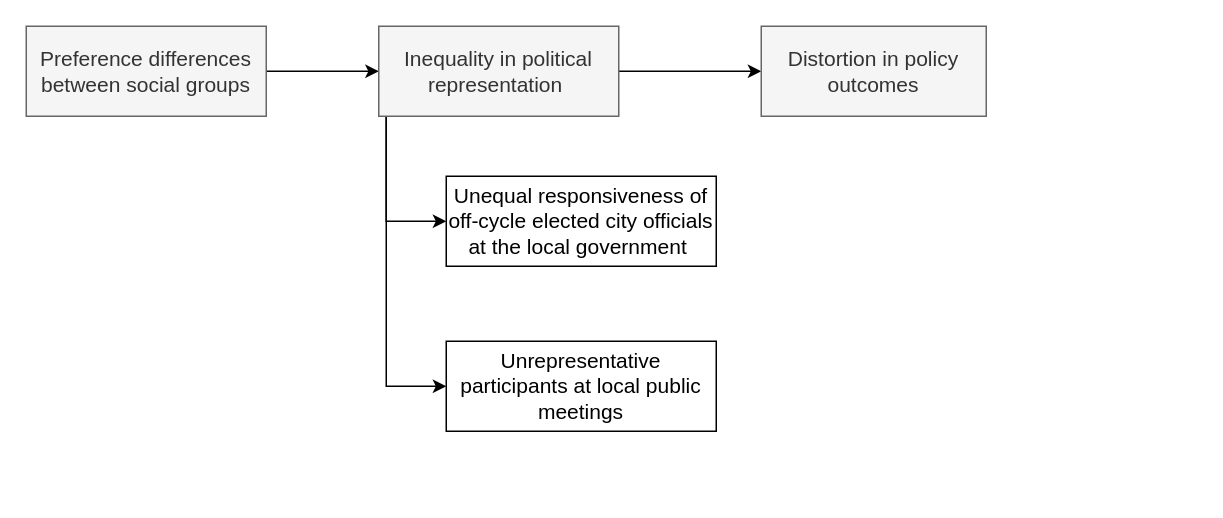
changgge/changgge keeps this draw.io diagram as policy_distortion.drawio. Above is the earlier version. Source tidied: cells renumbered, new cells numbered last; positions are measured from the earlier drawing's top-left corner, leaving out a move shared by most shapes. Both pictures are drawn from the tidied source at 150%, with x=0, y=0 at pixel (26, 26).
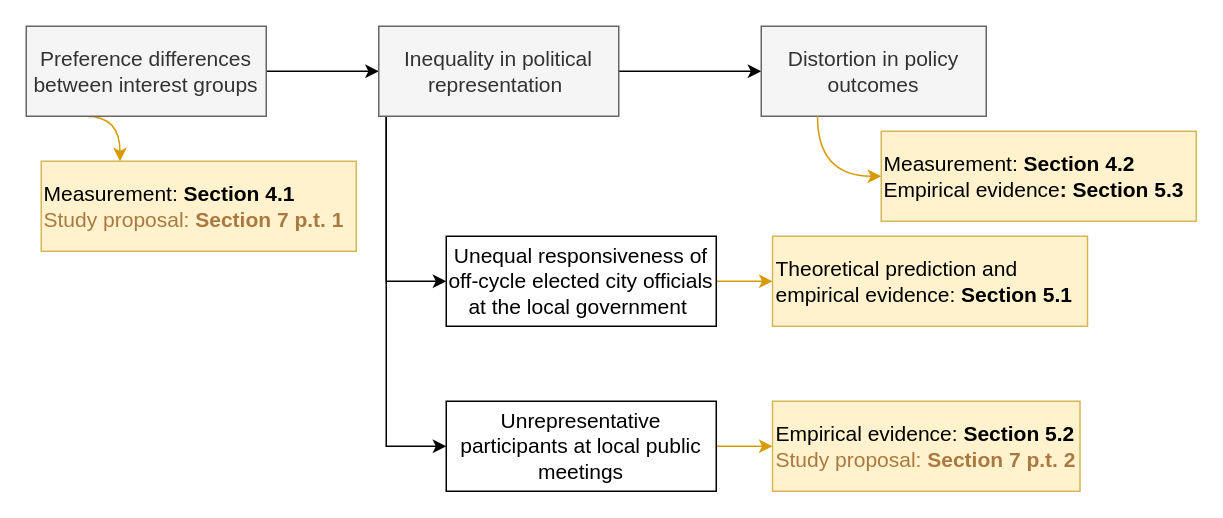
The same diagram, later.

The change refers to these unchanged cells:
```xml
<mxCell id="7" value="Inequality in political representation&amp;nbsp;" style="text;html=1;align=center;verticalAlign=middle;whiteSpace=wrap;rounded=0;fillColor=#f5f5f5;fontColor=#333333;strokeColor=#666666;fontSize=14;" parent="1" vertex="1">
  <mxGeometry x="235" width="160" height="60" as="geometry" />
</mxCell>
<mxCell id="8" value="Distortion in policy outcomes" style="text;html=1;align=center;verticalAlign=middle;whiteSpace=wrap;rounded=0;fillColor=#f5f5f5;fontColor=#333333;strokeColor=#666666;fontSize=14;" parent="1" vertex="1">
  <mxGeometry x="490" width="150" height="60" as="geometry" />
</mxCell>
```

What changed in the source:
```diff
@@
+    <mxCell id="11" style="edgeStyle=orthogonalEdgeStyle;jettySize=auto;html=1;exitX=0.25;exitY=1;exitDx=0;exitDy=0;entryX=0.25;entryY=0;entryDx=0;entryDy=0;curved=1;strokeColor=#d79b00;fillColor=#ffe6cc;" parent="1" edge="1" source="3" target="14">
+      <mxGeometry relative="1" as="geometry" />
+    </mxCell>
-    <mxCell id="3" value="Preference differences between social groups" style="text;html=1;align=center;verticalAlign=middle;whiteSpace=wrap;rounded=0;fillColor=#f5f5f5;fontColor=#333333;strokeColor=#666666;fontSize=14;" parent="1" vertex="1">
+    <mxCell id="3" value="Preference differences between interest groups" style="text;html=1;align=center;verticalAlign=middle;whiteSpace=wrap;rounded=0;fillColor=#f5f5f5;fontColor=#333333;strokeColor=#666666;fontSize=14;" parent="1" vertex="1">
       <mxGeometry width="160" height="60" as="geometry" />
     </mxCell>
     <mxCell id="4" style="edgeStyle=orthogonalEdgeStyle;rounded=0;jettySize=auto;html=1;exitX=0.25;exitY=1;exitDx=0;exitDy=0;entryX=0;entryY=0.5;entryDx=0;entryDy=0;" parent="1" edge="1" source="7" target="9">
       <mxGeometry relative="1" as="geometry">
         <Array as="points">
           <mxPoint x="240" y="60" />
-          <mxPoint x="240" y="130" />
+          <mxPoint x="240" y="170" />
         </Array>
       </mxGeometry>
     </mxCell>
     <mxCell id="5" style="edgeStyle=orthogonalEdgeStyle;rounded=0;jettySize=auto;html=1;exitX=0.25;exitY=1;exitDx=0;exitDy=0;entryX=0;entryY=0.5;entryDx=0;entryDy=0;" parent="1" edge="1" source="7" target="10">
       <mxGeometry relative="1" as="geometry">
         <Array as="points">
           <mxPoint x="240" y="60" />
-          <mxPoint x="240" y="240" />
+          <mxPoint x="240" y="280" />
         </Array>
       </mxGeometry>
     </mxCell>
@@
+    <mxCell id="12" style="edgeStyle=orthogonalEdgeStyle;rounded=0;jettySize=auto;html=1;exitX=1;exitY=0.5;exitDx=0;exitDy=0;entryX=0;entryY=0.5;entryDx=0;entryDy=0;strokeColor=#d79b00;fillColor=#ffe6cc;" parent="1" edge="1" source="9" target="15">
+      <mxGeometry relative="1" as="geometry" />
+    </mxCell>
     <mxCell id="9" value="Unequal responsiveness of off-cycle elected city officials at the local government&amp;nbsp;" style="text;html=1;align=center;verticalAlign=middle;whiteSpace=wrap;rounded=0;fontSize=14;strokeColor=default;" parent="1" vertex="1">
-      <mxGeometry x="280" y="100" width="180" height="60" as="geometry" />
+      <mxGeometry x="280" y="140" width="180" height="60" as="geometry" />
     </mxCell>
+    <mxCell id="13" style="edgeStyle=orthogonalEdgeStyle;rounded=0;jettySize=auto;html=1;exitX=1;exitY=0.5;exitDx=0;exitDy=0;entryX=0;entryY=0.5;entryDx=0;entryDy=0;strokeColor=#d79b00;fillColor=#ffe6cc;" parent="1" edge="1" source="10" target="16">
+      <mxGeometry relative="1" as="geometry" />
+    </mxCell>
     <mxCell id="10" value="Unrepresentative participants at local public meetings" style="text;html=1;align=center;verticalAlign=middle;whiteSpace=wrap;rounded=0;fontSize=14;fillColor=none;strokeColor=default;" parent="1" vertex="1">
-      <mxGeometry x="280" y="210" width="180" height="60" as="geometry" />
+      <mxGeometry x="280" y="250" width="180" height="60" as="geometry" />
     </mxCell>
+    <mxCell id="14" value="Measurement: &lt;b&gt;Section 4.1&lt;/b&gt;&amp;nbsp;&lt;br&gt;&lt;font color=&quot;#aa7942&quot;&gt;Study proposal: &lt;b&gt;Section 7 p.t. 1&lt;/b&gt;&lt;/font&gt;" style="whiteSpace=wrap;html=1;fontSize=14;fillColor=#fff2cc;strokeColor=#d6b656;rounded=0;align=left;" parent="1" vertex="1">
+      <mxGeometry x="10" y="90" width="210" height="60" as="geometry" />
+    </mxCell>
+    <mxCell id="15" value="Theoretical prediction and empirical evidence: &lt;b&gt;Section 5.1&lt;/b&gt;" style="whiteSpace=wrap;html=1;fontSize=14;fillColor=#fff2cc;strokeColor=#d6b656;rounded=0;align=left;" parent="1" vertex="1">
+      <mxGeometry x="497.5" y="140" width="210" height="60" as="geometry" />
+    </mxCell>
+    <mxCell id="16" value="Empirical evidence: &lt;b&gt;Section 5.2&lt;/b&gt;&lt;br&gt;&lt;font color=&quot;#aa7942&quot;&gt;Study proposal: &lt;b&gt;Section 7 p.t. 2&lt;/b&gt;&lt;/font&gt;" style="whiteSpace=wrap;html=1;fontSize=14;fillColor=#fff2cc;strokeColor=#d6b656;rounded=0;align=left;" parent="1" vertex="1">
+      <mxGeometry x="497.5" y="250" width="205" height="60" as="geometry" />
+    </mxCell>
+    <mxCell id="17" style="edgeStyle=orthogonalEdgeStyle;jettySize=auto;html=1;exitX=0.25;exitY=1;exitDx=0;exitDy=0;entryX=0;entryY=0.5;entryDx=0;entryDy=0;strokeColor=#d79b00;fillColor=#ffe6cc;curved=1;" parent="1" edge="1" source="8" target="18">
+      <mxGeometry relative="1" as="geometry" />
+    </mxCell>
+    <mxCell id="18" value="Measurement: &lt;b&gt;Section 4.2&lt;/b&gt;&lt;br&gt;Empirical evidence&lt;b&gt;: Section 5.3&lt;br&gt;&lt;/b&gt;" style="whiteSpace=wrap;html=1;fontSize=14;fillColor=#fff2cc;strokeColor=#d6b656;rounded=0;align=left;" parent="1" vertex="1">
+      <mxGeometry x="570" y="70" width="210" height="60" as="geometry" />
+    </mxCell>
```
